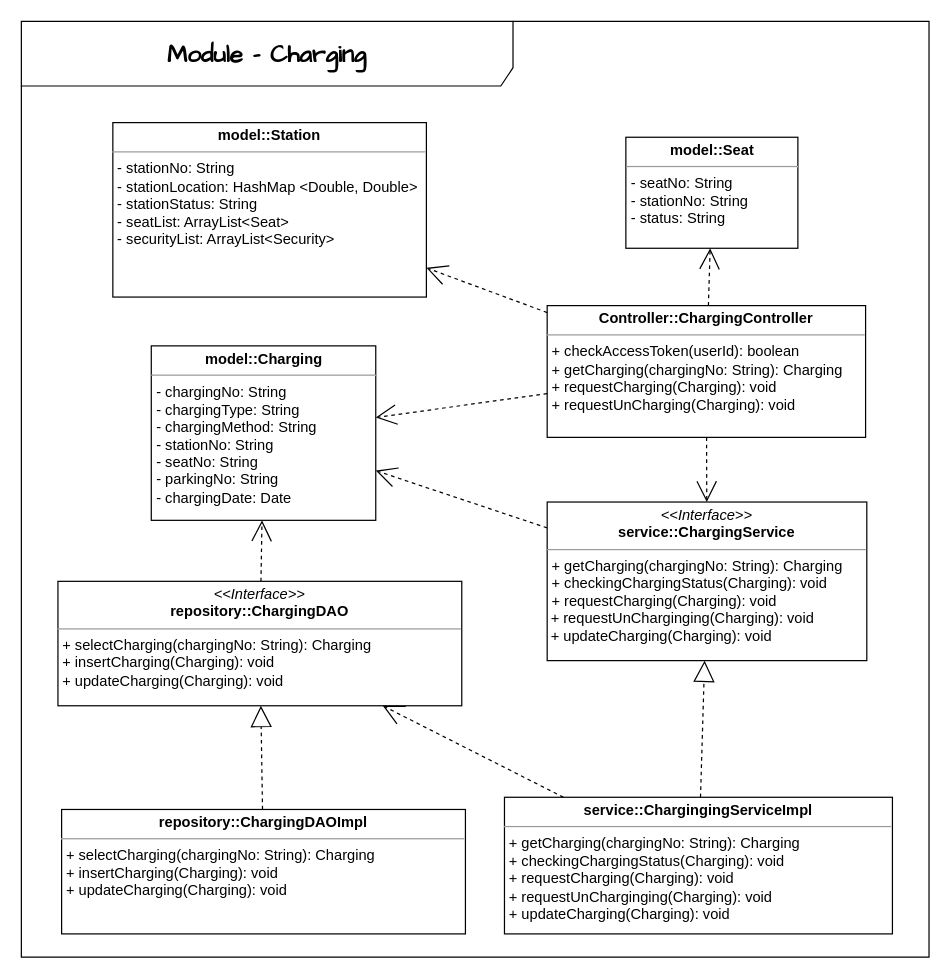
Before: Module/Charging.drawio in coldmu/aa_exam, a draw.io diagram. Source tidied: cells renumbered, new cells numbered last; positions are measured from the earlier drawing's top-left corner, leaving out a move shared by most shapes. Both pictures are drawn from the tidied source at 122%, with x=0, y=0 at pixel (21, 21).
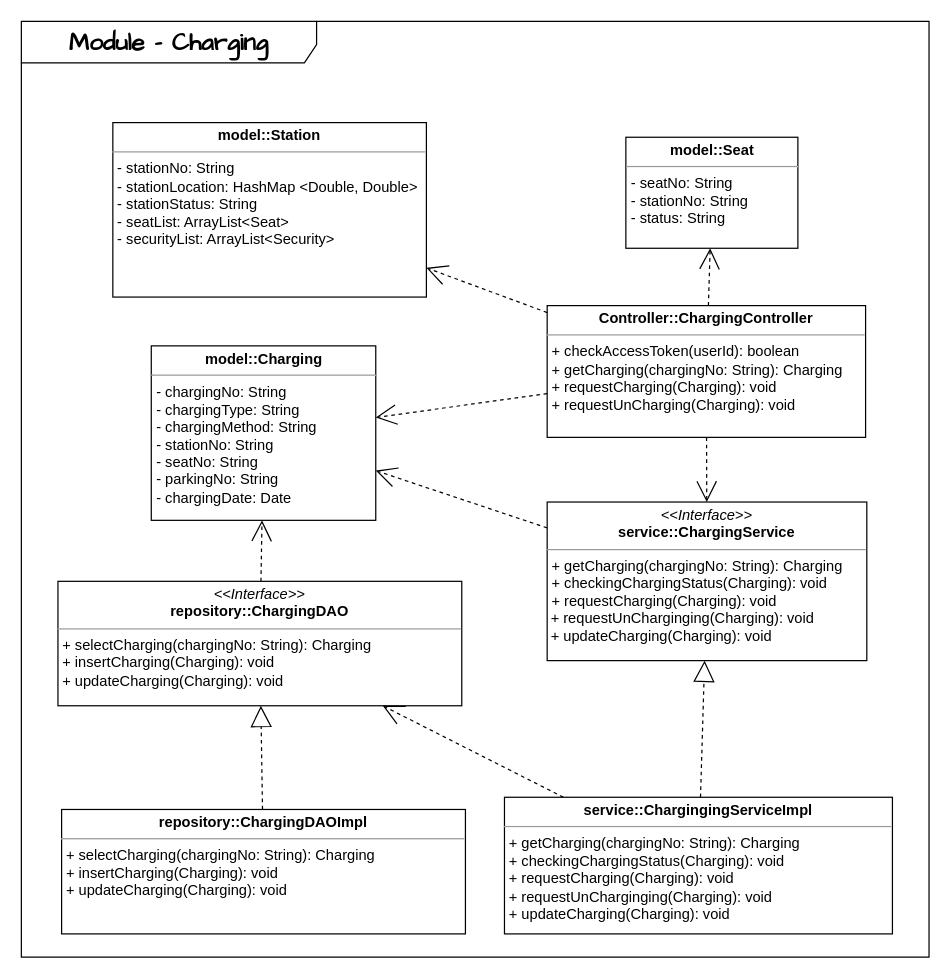
Above is the later version.

Diff of the diagram source:
```diff
@@
 <mxGraphModel>
   <root>
     <mxCell id="0" />
     <mxCell id="1" parent="0" />
-    <mxCell id="2" value="&lt;b&gt;Module - Charging&lt;/b&gt;" style="shape=umlFrame;whiteSpace=wrap;html=1;hachureGap=4;fontFamily=Architects Daughter;fontSize=20;width=403;height=53;labelBackgroundColor=none;rounded=0;" parent="1" vertex="1">
+    <mxCell id="2" value="&lt;b&gt;Module - Charging&lt;/b&gt;" style="shape=umlFrame;whiteSpace=wrap;html=1;hachureGap=4;fontFamily=Architects Daughter;fontSize=20;width=242;height=34;labelBackgroundColor=none;rounded=0;" parent="1" vertex="1">
       <mxGeometry width="744" height="767" as="geometry" />
     </mxCell>
     <mxCell id="3" style="edgeStyle=none;shape=connector;rounded=0;hachureGap=4;jettySize=auto;html=1;dashed=1;labelBackgroundColor=none;strokeColor=default;fontFamily=Architects Daughter;fontSize=16;fontColor=default;endArrow=open;endFill=0;endSize=15;" parent="1" edge="1" source="8" target="5">
       <mxGeometry relative="1" as="geometry" />
     </mxCell>
     <mxCell id="4" style="edgeStyle=none;shape=connector;rounded=0;hachureGap=4;jettySize=auto;html=1;dashed=1;labelBackgroundColor=none;strokeColor=default;fontFamily=Architects Daughter;fontSize=16;fontColor=default;endArrow=open;endFill=0;endSize=15;" parent="1" edge="1" source="5" target="16">
       <mxGeometry relative="1" as="geometry" />
     </mxCell>
     <mxCell id="5" value="&lt;p style=&quot;margin:0px;margin-top:4px;text-align:center;&quot;&gt;&lt;i&gt;&amp;lt;&amp;lt;Interface&amp;gt;&amp;gt;&lt;/i&gt;&lt;br&gt;&lt;b style=&quot;background-color: initial;&quot;&gt;service::ChargingService&lt;/b&gt;&lt;/p&gt;&lt;p style=&quot;margin:0px;margin-top:4px;text-align:center;&quot;&gt;&lt;/p&gt;&lt;hr size=&quot;1&quot;&gt;&lt;p style=&quot;margin:0px;margin-left:4px;&quot;&gt;+ getCharging(chargingNo: String): Charging&lt;/p&gt;&lt;p style=&quot;margin:0px;margin-left:4px;&quot;&gt;+ checkingChargingStatus(Charging): void&lt;/p&gt;&lt;p style=&quot;margin:0px;margin-left:4px;&quot;&gt;+ requestCharging(Charging): void&lt;/p&gt;&lt;p style=&quot;margin:0px;margin-left:4px;&quot;&gt;&lt;/p&gt;&amp;nbsp;+ requestUnCharginging(Charging): void&lt;br&gt;&amp;nbsp;+ updateCharging(Charging): void" style="verticalAlign=top;align=left;overflow=fill;fontSize=12;fontFamily=Helvetica;html=1;whiteSpace=wrap;" parent="1" vertex="1">
       <mxGeometry x="431" y="394" width="262" height="130" as="geometry" />
     </mxCell>
     <mxCell id="6" style="edgeStyle=none;shape=connector;rounded=0;hachureGap=4;jettySize=auto;html=1;dashed=1;labelBackgroundColor=none;strokeColor=default;fontFamily=Architects Daughter;fontSize=16;fontColor=default;endArrow=open;endFill=0;endSize=15;" parent="1" edge="1" source="7" target="16">
       <mxGeometry relative="1" as="geometry" />
     </mxCell>
     <mxCell id="7" value="&lt;p style=&quot;margin:0px;margin-top:4px;text-align:center;&quot;&gt;&lt;i&gt;&amp;lt;&amp;lt;Interface&amp;gt;&amp;gt;&lt;/i&gt;&lt;br&gt;&lt;b style=&quot;background-color: initial;&quot;&gt;repository::ChargingDAO&lt;/b&gt;&lt;/p&gt;&lt;p style=&quot;margin:0px;margin-top:4px;text-align:center;&quot;&gt;&lt;/p&gt;&lt;hr size=&quot;1&quot;&gt;&lt;p style=&quot;margin:0px;margin-left:4px;&quot;&gt;+ selectCharging(chargingNo: String): Charging&lt;/p&gt;&lt;p style=&quot;margin:0px;margin-left:4px;&quot;&gt;+ insertCharging(Charging): void&lt;/p&gt;&lt;p style=&quot;margin:0px;margin-left:4px;&quot;&gt;+ updateCharging(Charging): void&lt;/p&gt;" style="verticalAlign=top;align=left;overflow=fill;fontSize=12;fontFamily=Helvetica;html=1;whiteSpace=wrap;" parent="1" vertex="1">
       <mxGeometry x="30" y="459" width="331" height="102" as="geometry" />
     </mxCell>
     <mxCell id="8" value="&lt;p style=&quot;margin:0px;margin-top:4px;text-align:center;&quot;&gt;&lt;b style=&quot;background-color: initial;&quot;&gt;Controller::ChargingController&lt;/b&gt;&lt;/p&gt;&lt;p style=&quot;margin:0px;margin-top:4px;text-align:center;&quot;&gt;&lt;/p&gt;&lt;hr size=&quot;1&quot;&gt;&lt;p style=&quot;margin:0px;margin-left:4px;&quot;&gt;+ checkAccessToken(userId): boolean&lt;/p&gt;&lt;p style=&quot;margin:0px;margin-left:4px;&quot;&gt;+ getCharging(chargingNo: String): Charging&lt;/p&gt;&lt;p style=&quot;margin:0px;margin-left:4px;&quot;&gt;+ requestCharging(Charging): void&lt;/p&gt;&lt;p style=&quot;margin:0px;margin-left:4px;&quot;&gt;+ requestUnCharging(Charging): void&lt;/p&gt;" style="verticalAlign=top;align=left;overflow=fill;fontSize=12;fontFamily=Helvetica;html=1;whiteSpace=wrap;" parent="1" vertex="1">
       <mxGeometry x="431" y="233" width="261" height="108" as="geometry" />
     </mxCell>
     <mxCell id="9" style="edgeStyle=none;shape=connector;rounded=0;hachureGap=4;jettySize=auto;html=1;dashed=1;labelBackgroundColor=none;strokeColor=default;fontFamily=Architects Daughter;fontSize=16;fontColor=default;endArrow=open;endFill=0;endSize=15;" parent="1" edge="1" source="11" target="7">
       <mxGeometry relative="1" as="geometry" />
     </mxCell>
     <mxCell id="10" style="edgeStyle=none;shape=connector;rounded=0;hachureGap=4;jettySize=auto;html=1;dashed=1;labelBackgroundColor=none;strokeColor=default;fontFamily=Architects Daughter;fontSize=16;fontColor=default;endArrow=block;endFill=0;endSize=15;" parent="1" edge="1" source="11" target="5">
       <mxGeometry relative="1" as="geometry" />
     </mxCell>
     <mxCell id="11" value="&lt;p style=&quot;margin:0px;margin-top:4px;text-align:center;&quot;&gt;&lt;b style=&quot;background-color: initial;&quot;&gt;service::ChargingingServiceImpl&lt;/b&gt;&lt;/p&gt;&lt;p style=&quot;margin:0px;margin-top:4px;text-align:center;&quot;&gt;&lt;/p&gt;&lt;hr size=&quot;1&quot;&gt;&lt;p style=&quot;border-color: var(--border-color); margin: 0px 0px 0px 4px;&quot;&gt;+ getCharging(chargingNo: String): Charging&lt;/p&gt;&lt;p style=&quot;border-color: var(--border-color); margin: 0px 0px 0px 4px;&quot;&gt;+ checkingChargingStatus(Charging): void&lt;/p&gt;&lt;p style=&quot;border-color: var(--border-color); margin: 0px 0px 0px 4px;&quot;&gt;+ requestCharging(Charging): void&lt;/p&gt;&lt;p style=&quot;border-color: var(--border-color); margin: 0px 0px 0px 4px;&quot;&gt;&lt;/p&gt;&lt;p style=&quot;border-color: var(--border-color); margin: 0px 0px 0px 4px;&quot;&gt;+ requestUnCharginging(Charging): void&lt;br style=&quot;border-color: var(--border-color);&quot;&gt;+ updateCharging(Charging): void&lt;br&gt;&lt;/p&gt;" style="verticalAlign=top;align=left;overflow=fill;fontSize=12;fontFamily=Helvetica;html=1;whiteSpace=wrap;" parent="1" vertex="1">
       <mxGeometry x="396" y="636" width="318" height="112" as="geometry" />
     </mxCell>
     <mxCell id="12" style="edgeStyle=none;shape=connector;rounded=0;hachureGap=4;jettySize=auto;html=1;dashed=1;labelBackgroundColor=none;strokeColor=default;fontFamily=Architects Daughter;fontSize=16;fontColor=default;endArrow=block;endFill=0;endSize=15;" parent="1" edge="1" source="13" target="7">
       <mxGeometry relative="1" as="geometry" />
     </mxCell>
     <mxCell id="13" value="&lt;p style=&quot;margin:0px;margin-top:4px;text-align:center;&quot;&gt;&lt;b style=&quot;background-color: initial;&quot;&gt;repository::ChargingDAOImpl&lt;/b&gt;&lt;/p&gt;&lt;p style=&quot;margin:0px;margin-top:4px;text-align:center;&quot;&gt;&lt;/p&gt;&lt;hr size=&quot;1&quot;&gt;&lt;p style=&quot;border-color: var(--border-color); margin: 0px 0px 0px 4px;&quot;&gt;+ selectCharging(chargingNo: String): Charging&lt;/p&gt;&lt;p style=&quot;border-color: var(--border-color); margin: 0px 0px 0px 4px;&quot;&gt;+ insertCharging(Charging): void&lt;/p&gt;&lt;p style=&quot;border-color: var(--border-color); margin: 0px 0px 0px 4px;&quot;&gt;+ updateCharging(Charging): void&lt;/p&gt;" style="verticalAlign=top;align=left;overflow=fill;fontSize=12;fontFamily=Helvetica;html=1;whiteSpace=wrap;" parent="1" vertex="1">
       <mxGeometry x="33" y="646" width="331" height="102" as="geometry" />
     </mxCell>
     <mxCell id="14" value="&lt;p style=&quot;margin:0px;margin-top:4px;text-align:center;&quot;&gt;&lt;b style=&quot;background-color: initial;&quot;&gt;model::Station&lt;/b&gt;&lt;/p&gt;&lt;p style=&quot;margin:0px;margin-top:4px;text-align:center;&quot;&gt;&lt;/p&gt;&lt;hr size=&quot;1&quot;&gt;&lt;p style=&quot;margin:0px;margin-left:4px;&quot;&gt;- stationNo: String&lt;/p&gt;&lt;p style=&quot;margin:0px;margin-left:4px;&quot;&gt;- stationLocation: HashMap &amp;lt;Double, Double&amp;gt;&lt;/p&gt;&lt;p style=&quot;margin:0px;margin-left:4px;&quot;&gt;- stationStatus: String&lt;/p&gt;&lt;p style=&quot;margin:0px;margin-left:4px;&quot;&gt;- seatList: ArrayList&amp;lt;Seat&amp;gt;&lt;/p&gt;&lt;p style=&quot;margin:0px;margin-left:4px;&quot;&gt;- securityList: ArrayList&amp;lt;Security&amp;gt;&lt;/p&gt;&lt;p style=&quot;margin:0px;margin-left:4px;&quot;&gt;&lt;br&gt;&lt;/p&gt;" style="verticalAlign=top;align=left;overflow=fill;fontSize=12;fontFamily=Helvetica;html=1;whiteSpace=wrap;" parent="1" vertex="1">
       <mxGeometry x="75" y="83" width="257" height="143" as="geometry" />
     </mxCell>
     <mxCell id="15" value="&lt;p style=&quot;margin:0px;margin-top:4px;text-align:center;&quot;&gt;&lt;b style=&quot;background-color: initial;&quot;&gt;model::Seat&lt;/b&gt;&lt;/p&gt;&lt;p style=&quot;margin:0px;margin-top:4px;text-align:center;&quot;&gt;&lt;/p&gt;&lt;hr size=&quot;1&quot;&gt;&lt;p style=&quot;margin:0px;margin-left:4px;&quot;&gt;- seatNo: String&lt;/p&gt;&lt;p style=&quot;margin:0px;margin-left:4px;&quot;&gt;- stationNo: String&lt;/p&gt;&lt;p style=&quot;margin:0px;margin-left:4px;&quot;&gt;- status:&lt;span style=&quot;background-color: initial;&quot;&gt;&amp;nbsp;String&lt;/span&gt;&lt;/p&gt;&lt;p style=&quot;margin:0px;margin-left:4px;&quot;&gt;&lt;br&gt;&lt;/p&gt;" style="verticalAlign=top;align=left;overflow=fill;fontSize=12;fontFamily=Helvetica;html=1;whiteSpace=wrap;" parent="1" vertex="1">
       <mxGeometry x="495.5" y="95" width="141" height="91" as="geometry" />
     </mxCell>
     <mxCell id="16" value="&lt;p style=&quot;margin:0px;margin-top:4px;text-align:center;&quot;&gt;&lt;b style=&quot;background-color: initial;&quot;&gt;model::Charging&lt;/b&gt;&lt;/p&gt;&lt;p style=&quot;margin:0px;margin-top:4px;text-align:center;&quot;&gt;&lt;/p&gt;&lt;hr size=&quot;1&quot;&gt;&lt;p style=&quot;margin:0px;margin-left:4px;&quot;&gt;- chargingNo: String&lt;/p&gt;&lt;p style=&quot;margin:0px;margin-left:4px;&quot;&gt;- chargingType: String&lt;/p&gt;&lt;p style=&quot;margin:0px;margin-left:4px;&quot;&gt;- chargingMethod: String&lt;/p&gt;&lt;p style=&quot;margin:0px;margin-left:4px;&quot;&gt;- stationNo: String&lt;/p&gt;&lt;p style=&quot;margin:0px;margin-left:4px;&quot;&gt;- seatNo: String&lt;/p&gt;&lt;p style=&quot;margin:0px;margin-left:4px;&quot;&gt;- parkingNo: String&lt;/p&gt;&lt;p style=&quot;margin:0px;margin-left:4px;&quot;&gt;&lt;span style=&quot;background-color: initial;&quot;&gt;- chargingDate: Date&lt;/span&gt;&lt;br&gt;&lt;/p&gt;" style="verticalAlign=top;align=left;overflow=fill;fontSize=12;fontFamily=Helvetica;html=1;whiteSpace=wrap;" parent="1" vertex="1">
       <mxGeometry x="106.5" y="266" width="184" height="143" as="geometry" />
     </mxCell>
     <mxCell id="17" style="edgeStyle=none;shape=connector;rounded=0;hachureGap=4;jettySize=auto;html=1;dashed=1;labelBackgroundColor=none;strokeColor=default;fontFamily=Architects Daughter;fontSize=16;fontColor=default;endArrow=open;endFill=0;endSize=15;" parent="1" edge="1" source="8" target="14">
       <mxGeometry relative="1" as="geometry" />
     </mxCell>
     <mxCell id="18" style="edgeStyle=none;shape=connector;rounded=0;hachureGap=4;jettySize=auto;html=1;dashed=1;labelBackgroundColor=none;strokeColor=default;fontFamily=Architects Daughter;fontSize=16;fontColor=default;endArrow=open;endFill=0;endSize=15;" parent="1" edge="1" source="8" target="15">
       <mxGeometry relative="1" as="geometry" />
     </mxCell>
     <mxCell id="19" style="edgeStyle=none;shape=connector;rounded=0;hachureGap=4;jettySize=auto;html=1;dashed=1;labelBackgroundColor=none;strokeColor=default;fontFamily=Architects Daughter;fontSize=16;fontColor=default;endArrow=open;endFill=0;endSize=15;" parent="1" edge="1" source="8" target="16">
       <mxGeometry relative="1" as="geometry" />
     </mxCell>
   </root>
 </mxGraphModel>
```
